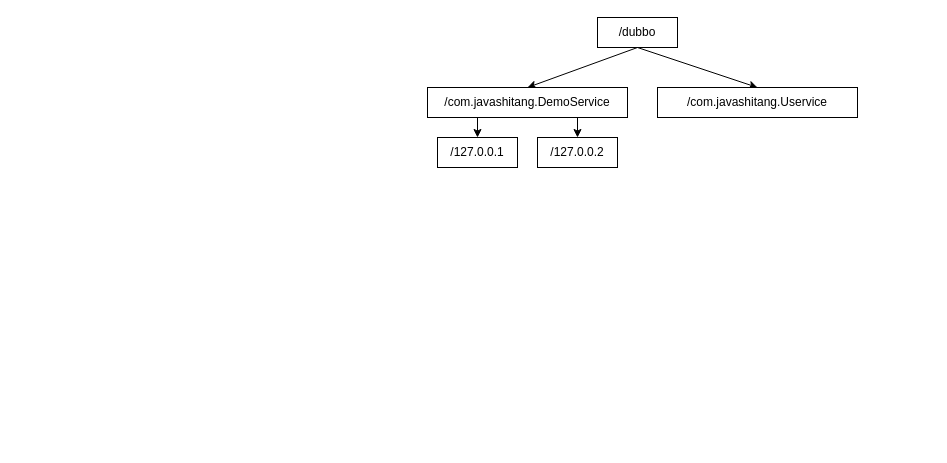
Above: dubbo/集群容错的demo.drawio in erlieStar/diagrams (draw.io), before the change. Source tidied: cells renumbered, new cells numbered last; positions are measured from the earlier drawing's top-left corner, leaving out a move shared by most shapes. Both pictures are drawn from the tidied source at 100%, with x=0, y=0 at pixel (427, 17).
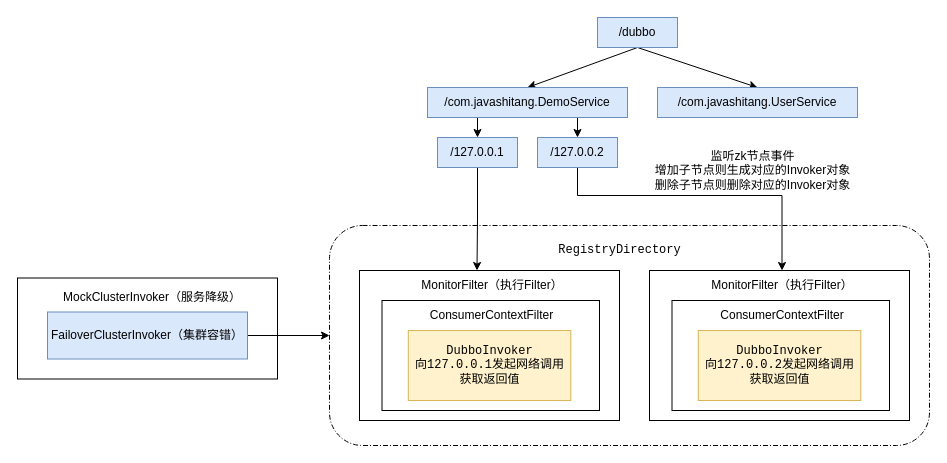
The same diagram, later.

Diff of the diagram source:
```diff
@@
+    <mxCell id="11" style="points=[[0.25,0,0],[0.5,0,0],[0.75,0,0],[1,0.25,0],[1,0.5,0],[1,0.75,0],[0.75,1,0],[0.5,1,0],[0.25,1,0],[0,0.75,0],[0,0.5,0],[0,0.25,0]];rounded=1;dashed=1;dashPattern=5 2 1 2;labelPosition=center;verticalLabelPosition=top;align=right;verticalAlign=bottom;fontSize=8;" parent="1" vertex="1">
+      <mxGeometry x="-98" y="208" width="600" height="220" as="geometry" />
+    </mxCell>
+    <mxCell id="12" style="rounded=0;whiteSpace=wrap;html=1;" parent="1" vertex="1">
+      <mxGeometry x="-68" y="253" width="260" height="150" as="geometry" />
+    </mxCell>
+    <mxCell id="13" style="rounded=0;whiteSpace=wrap;html=1;" parent="1" vertex="1">
+      <mxGeometry x="-45.5" y="283" width="217.5" height="110" as="geometry" />
+    </mxCell>
+    <mxCell id="14" value="&lt;pre&gt;DubboInvoker&lt;br/&gt;向127.0.0.1发起网络调用&lt;br/&gt;获取返回值&lt;br&gt;&lt;/pre&gt;" style="rounded=0;whiteSpace=wrap;html=1;fillColor=#fff2cc;strokeColor=#d6b656;" parent="1" vertex="1">
+      <mxGeometry x="-19.2" y="313" width="162.5" height="70" as="geometry" />
+    </mxCell>
+    <mxCell id="15" value="&lt;pre&gt;&lt;font face=&quot;Helvetica&quot;&gt;ConsumerContextFilter&lt;/font&gt;&lt;/pre&gt;" style="text;html=1;strokeColor=none;fillColor=none;align=center;verticalAlign=middle;whiteSpace=wrap;rounded=0;" parent="1" vertex="1">
+      <mxGeometry x="37" y="288" width="55" height="20" as="geometry" />
+    </mxCell>
+    <mxCell id="16" value="&lt;pre&gt;&lt;font face=&quot;Helvetica&quot;&gt;MonitorFilter（执行Filter）&lt;/font&gt;&lt;/pre&gt;" style="text;html=1;strokeColor=none;fillColor=none;align=center;verticalAlign=middle;whiteSpace=wrap;rounded=0;" parent="1" vertex="1">
+      <mxGeometry x="34.5" y="253" width="60" height="30" as="geometry" />
+    </mxCell>
@@
-    <mxCell id="3" style="edgeStyle=none;rounded=0;jettySize=auto;html=1;exitX=0.5;exitY=1;exitDx=0;exitDy=0;entryX=0.5;entryY=0;entryDx=0;entryDy=0;" parent="1" edge="1" source="4" target="10">
-      <mxGeometry relative="1" as="geometry" />
-    </mxCell>
+    <mxCell id="17" style="edgeStyle=none;rounded=0;jettySize=auto;html=1;exitX=0.5;exitY=1;exitDx=0;exitDy=0;entryX=0.5;entryY=0;entryDx=0;entryDy=0;" parent="1" edge="1" source="4" target="20">
+      <mxGeometry relative="1" as="geometry" />
+    </mxCell>
-    <mxCell id="4" value="/dubbo" style="rounded=0;whiteSpace=wrap;html=1;" parent="1" vertex="1">
+    <mxCell id="4" value="/dubbo" style="rounded=0;whiteSpace=wrap;html=1;fillColor=#dae8fc;strokeColor=#6c8ebf;" parent="1" vertex="1">
       <mxGeometry x="170" width="80" height="30" as="geometry" />
     </mxCell>
@@
-    <mxCell id="7" value="/com.javashitang.DemoService" style="rounded=0;whiteSpace=wrap;html=1;" parent="1" vertex="1">
+    <mxCell id="7" value="/com.javashitang.DemoService" style="rounded=0;whiteSpace=wrap;html=1;fillColor=#dae8fc;strokeColor=#6c8ebf;" parent="1" vertex="1">
       <mxGeometry y="70" width="200" height="30" as="geometry" />
     </mxCell>
+    <mxCell id="18" style="edgeStyle=orthogonalEdgeStyle;rounded=0;jettySize=auto;html=1;exitX=0.5;exitY=1;exitDx=0;exitDy=0;entryX=0.25;entryY=0;entryDx=0;entryDy=0;" parent="1" edge="1" source="8" target="16">
+      <mxGeometry relative="1" as="geometry" />
+    </mxCell>
-    <mxCell id="8" value="/127.0.0.1" style="rounded=0;whiteSpace=wrap;html=1;" parent="1" vertex="1">
+    <mxCell id="8" value="/127.0.0.1" style="rounded=0;whiteSpace=wrap;html=1;fillColor=#dae8fc;strokeColor=#6c8ebf;" parent="1" vertex="1">
       <mxGeometry x="10" y="120" width="80" height="30" as="geometry" />
     </mxCell>
+    <mxCell id="19" style="edgeStyle=orthogonalEdgeStyle;rounded=0;jettySize=auto;html=1;exitX=0.5;exitY=1;exitDx=0;exitDy=0;entryX=0.5;entryY=0;entryDx=0;entryDy=0;" parent="1" edge="1" source="9" target="25">
+      <mxGeometry relative="1" as="geometry">
+        <Array as="points">
+          <mxPoint x="150" y="178" />
+          <mxPoint x="355" y="178" />
+        </Array>
+      </mxGeometry>
+    </mxCell>
-    <mxCell id="9" value="/127.0.0.2" style="rounded=0;whiteSpace=wrap;html=1;" parent="1" vertex="1">
+    <mxCell id="9" value="/127.0.0.2" style="rounded=0;whiteSpace=wrap;html=1;fillColor=#dae8fc;strokeColor=#6c8ebf;" parent="1" vertex="1">
       <mxGeometry x="110" y="120" width="80" height="30" as="geometry" />
     </mxCell>
-    <mxCell id="10" value="/com.javashitang.Uservice" style="rounded=0;whiteSpace=wrap;html=1;" parent="1" vertex="1">
-      <mxGeometry x="230" y="70" width="200" height="30" as="geometry" />
-    </mxCell>
+    <mxCell id="20" value="/com.javashitang.UserService" style="rounded=0;whiteSpace=wrap;html=1;fillColor=#dae8fc;strokeColor=#6c8ebf;" parent="1" vertex="1">
+      <mxGeometry x="230" y="70" width="200" height="30" as="geometry" />
+    </mxCell>
+    <mxCell id="21" style="rounded=0;whiteSpace=wrap;html=1;" parent="1" vertex="1">
+      <mxGeometry x="222" y="253" width="260" height="150" as="geometry" />
+    </mxCell>
+    <mxCell id="22" style="rounded=0;whiteSpace=wrap;html=1;" parent="1" vertex="1">
+      <mxGeometry x="244.5" y="283" width="217.5" height="110" as="geometry" />
+    </mxCell>
+    <mxCell id="23" value="&lt;pre&gt;DubboInvoker&lt;br&gt;向127.0.0.2发起网络调用&lt;br&gt;获取返回值&lt;br&gt;&lt;/pre&gt;" style="rounded=0;whiteSpace=wrap;html=1;fillColor=#fff2cc;strokeColor=#d6b656;" parent="1" vertex="1">
+      <mxGeometry x="270.8" y="313" width="162.5" height="70" as="geometry" />
+    </mxCell>
+    <mxCell id="24" value="&lt;pre&gt;&lt;font face=&quot;Helvetica&quot;&gt;ConsumerContextFilter&lt;/font&gt;&lt;/pre&gt;" style="text;html=1;strokeColor=none;fillColor=none;align=center;verticalAlign=middle;whiteSpace=wrap;rounded=0;" parent="1" vertex="1">
+      <mxGeometry x="324.5" y="283" width="60" height="30" as="geometry" />
+    </mxCell>
+    <mxCell id="25" value="&lt;pre&gt;&lt;font face=&quot;Helvetica&quot;&gt;MonitorFilter（执行Filter）&lt;/font&gt;&lt;/pre&gt;" style="text;html=1;strokeColor=none;fillColor=none;align=center;verticalAlign=middle;whiteSpace=wrap;rounded=0;" parent="1" vertex="1">
+      <mxGeometry x="324.5" y="253" width="60" height="30" as="geometry" />
+    </mxCell>
+    <mxCell id="26" value="监听zk节点事件&lt;br&gt;增加子节点则生成对应的Invoker对象&lt;br&gt;删除子节点则删除对应的Invoker对象" style="text;html=1;align=center;verticalAlign=middle;strokeColor=none;fillColor=none;" parent="1" vertex="1">
+      <mxGeometry x="220" y="128" width="210" height="50" as="geometry" />
+    </mxCell>
+    <mxCell id="27" style="rounded=0;whiteSpace=wrap;html=1;" parent="1" vertex="1">
+      <mxGeometry x="-410" y="260.5" width="260" height="101" as="geometry" />
+    </mxCell>
+    <mxCell id="28" style="edgeStyle=orthogonalEdgeStyle;rounded=0;jettySize=auto;html=1;exitX=1;exitY=0.5;exitDx=0;exitDy=0;entryX=0;entryY=0.5;entryDx=0;entryDy=0;entryPerimeter=0;" parent="1" edge="1" source="29" target="11">
+      <mxGeometry relative="1" as="geometry" />
+    </mxCell>
+    <mxCell id="29" value="&lt;span&gt;FailoverClusterInvoker（集群容错）&lt;/span&gt;" style="rounded=0;whiteSpace=wrap;html=1;fillColor=#dae8fc;strokeColor=#6c8ebf;" parent="1" vertex="1">
+      <mxGeometry x="-380" y="294.5" width="200" height="47" as="geometry" />
+    </mxCell>
+    <mxCell id="30" value="MockClusterInvoker（&lt;span&gt;服务降级）&lt;/span&gt;" style="text;html=1;strokeColor=none;fillColor=none;align=center;verticalAlign=middle;whiteSpace=wrap;rounded=0;" parent="1" vertex="1">
+      <mxGeometry x="-369.8" y="264.5" width="189.8" height="30" as="geometry" />
+    </mxCell>
+    <mxCell id="31" value="&lt;pre&gt;RegistryDirectory&lt;/pre&gt;" style="text;html=1;align=center;verticalAlign=middle;strokeColor=none;fillColor=none;" parent="1" vertex="1">
+      <mxGeometry x="122" y="213" width="140" height="40" as="geometry" />
+    </mxCell>
```
